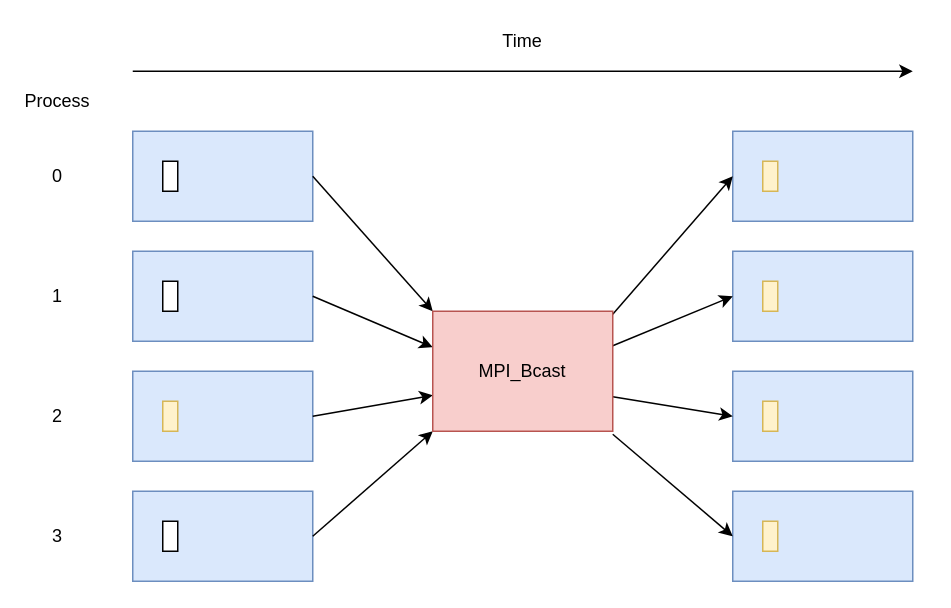
Earlier version of the draw.io diagram content/diagrams/MPI_Bcast.drawio (ENCCS/intermediate-mpi). Source tidied: cells renumbered, new cells numbered last; positions are measured from the earlier drawing's top-left corner, leaving out a move shared by most shapes. Both pictures are drawn from the tidied source at 150%, with x=0, y=0 at pixel (27, 26).
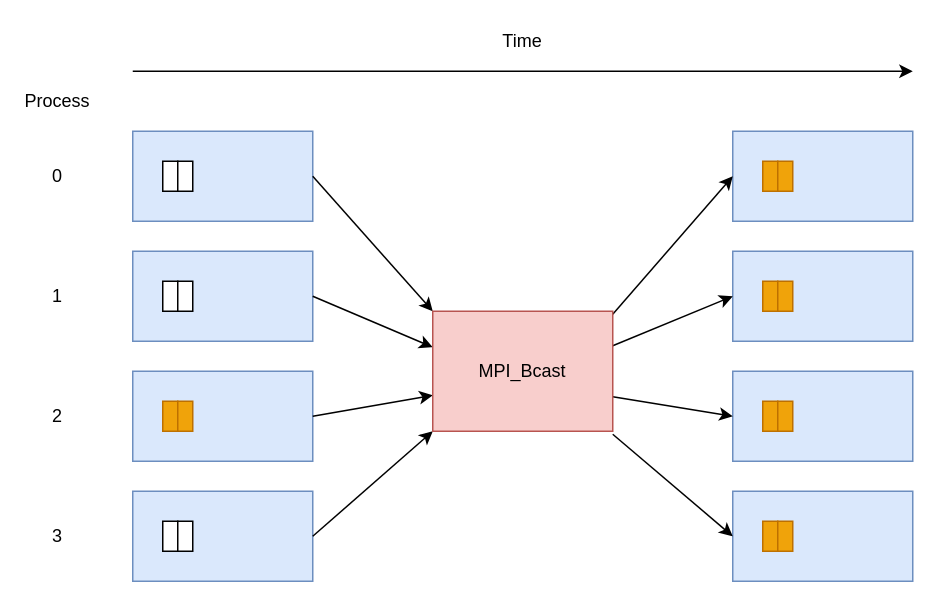
The same page after the edit.

Change to the diagram source:
```diff
@@
-    <mxCell id="26" style="rounded=0;whiteSpace=wrap;html=1;fillColor=#fff2cc;strokeColor=#d6b656;" parent="1" vertex="1">
+    <mxCell id="26" style="rounded=0;whiteSpace=wrap;html=1;fillColor=#f0a30a;strokeColor=#BD7000;fontColor=#ffffff;" parent="1" vertex="1">
       <mxGeometry x="90" y="250" width="10" height="20" as="geometry" />
     </mxCell>
@@
-    <mxCell id="30" style="rounded=0;whiteSpace=wrap;html=1;fillColor=#fff2cc;strokeColor=#d6b656;" parent="1" vertex="1">
+    <mxCell id="30" style="rounded=0;whiteSpace=wrap;html=1;fillColor=#f0a30a;strokeColor=#BD7000;fontColor=#ffffff;" parent="1" vertex="1">
       <mxGeometry x="490" y="250" width="10" height="20" as="geometry" />
     </mxCell>
-    <mxCell id="31" style="rounded=0;whiteSpace=wrap;html=1;fillColor=#fff2cc;strokeColor=#d6b656;" parent="1" vertex="1">
+    <mxCell id="31" style="rounded=0;whiteSpace=wrap;html=1;fillColor=#f0a30a;strokeColor=#BD7000;fontColor=#ffffff;" parent="1" vertex="1">
       <mxGeometry x="490" y="170" width="10" height="20" as="geometry" />
     </mxCell>
-    <mxCell id="32" style="rounded=0;whiteSpace=wrap;html=1;fillColor=#fff2cc;strokeColor=#d6b656;" parent="1" vertex="1">
+    <mxCell id="32" style="rounded=0;whiteSpace=wrap;html=1;fillColor=#f0a30a;strokeColor=#BD7000;fontColor=#ffffff;" parent="1" vertex="1">
       <mxGeometry x="490" y="90" width="10" height="20" as="geometry" />
     </mxCell>
-    <mxCell id="33" style="rounded=0;whiteSpace=wrap;html=1;fillColor=#fff2cc;strokeColor=#d6b656;" parent="1" vertex="1">
+    <mxCell id="33" style="rounded=0;whiteSpace=wrap;html=1;fillColor=#f0a30a;strokeColor=#BD7000;fontColor=#ffffff;" parent="1" vertex="1">
       <mxGeometry x="490" y="330" width="10" height="20" as="geometry" />
     </mxCell>
+    <mxCell id="34" style="rounded=0;whiteSpace=wrap;html=1;fillColor=#f0a30a;strokeColor=#BD7000;fontColor=#ffffff;" parent="1" vertex="1">
+      <mxGeometry x="100" y="250" width="10" height="20" as="geometry" />
+    </mxCell>
+    <mxCell id="35" style="rounded=0;whiteSpace=wrap;html=1;fillColor=#f0a30a;strokeColor=#BD7000;fontColor=#ffffff;" parent="1" vertex="1">
+      <mxGeometry x="500" y="250" width="10" height="20" as="geometry" />
+    </mxCell>
+    <mxCell id="36" style="rounded=0;whiteSpace=wrap;html=1;fillColor=#f0a30a;strokeColor=#BD7000;fontColor=#ffffff;" parent="1" vertex="1">
+      <mxGeometry x="500" y="330" width="10" height="20" as="geometry" />
+    </mxCell>
+    <mxCell id="37" style="rounded=0;whiteSpace=wrap;html=1;fillColor=#f0a30a;strokeColor=#BD7000;fontColor=#ffffff;" parent="1" vertex="1">
+      <mxGeometry x="500" y="170" width="10" height="20" as="geometry" />
+    </mxCell>
+    <mxCell id="38" style="rounded=0;whiteSpace=wrap;html=1;fillColor=#f0a30a;strokeColor=#BD7000;fontColor=#ffffff;" parent="1" vertex="1">
+      <mxGeometry x="500" y="90" width="10" height="20" as="geometry" />
+    </mxCell>
+    <mxCell id="39" style="rounded=0;whiteSpace=wrap;html=1;" parent="1" vertex="1">
+      <mxGeometry x="100" y="330" width="10" height="20" as="geometry" />
+    </mxCell>
+    <mxCell id="40" style="rounded=0;whiteSpace=wrap;html=1;" parent="1" vertex="1">
+      <mxGeometry x="100" y="170" width="10" height="20" as="geometry" />
+    </mxCell>
+    <mxCell id="41" style="rounded=0;whiteSpace=wrap;html=1;" parent="1" vertex="1">
+      <mxGeometry x="100" y="90" width="10" height="20" as="geometry" />
+    </mxCell>
```
